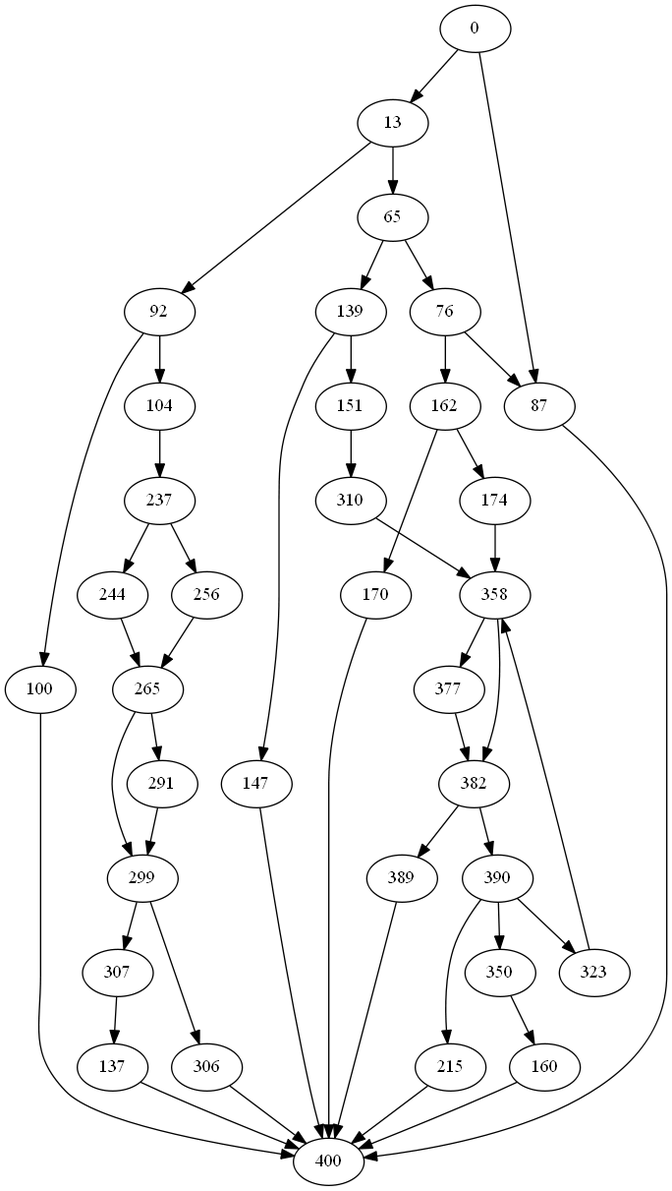
The Graphviz diagram iEvmOpt/Cfg/CfgOutput/test10_graph.png in Michael-LiangAnze/iEvmOpt, before a commit. Its source is kept beside it as iEvmOpt/Cfg/CfgOutput/test10_graph.gv. The source it was exported from:
```dot
digraph {
	0 [label=0]
	13 [label=13]
	65 [label=65]
	76 [label=76]
	87 [label=87]
	92 [label=92]
	100 [label=100]
	104 [label=104]
	137 [label=137]
	139 [label=139]
	147 [label=147]
	151 [label=151]
	160 [label=160]
	162 [label=162]
	170 [label=170]
	174 [label=174]
	215 [label=215]
	237 [label=237]
	244 [label=244]
	256 [label=256]
	265 [label=265]
	291 [label=291]
	299 [label=299]
	306 [label=306]
	307 [label=307]
	310 [label=310]
	323 [label=323]
	350 [label=350]
	358 [label=358]
	377 [label=377]
	382 [label=382]
	389 [label=389]
	390 [label=390]
	400 [label=400]
	0 -> 13
	0 -> 87
	13 -> 65
	13 -> 92
	65 -> 139
	65 -> 76
	76 -> 162
	76 -> 87
	87 -> 400
	92 -> 104
	92 -> 100
	100 -> 400
	104 -> 237
	137 -> 400
	139 -> 147
	139 -> 151
	147 -> 400
	151 -> 310
	160 -> 400
	162 -> 170
	162 -> 174
	170 -> 400
	174 -> 358
	215 -> 400
	237 -> 256
	237 -> 244
	244 -> 265
	256 -> 265
	265 -> 299
	265 -> 291
	291 -> 299
	299 -> 306
	299 -> 307
	306 -> 400
	307 -> 137
	310 -> 358
	323 -> 358
	350 -> 160
	358 -> 377
	358 -> 382
	377 -> 382
	382 -> 389
	382 -> 390
	389 -> 400
	390 -> 323
	390 -> 350
	390 -> 215
}
```
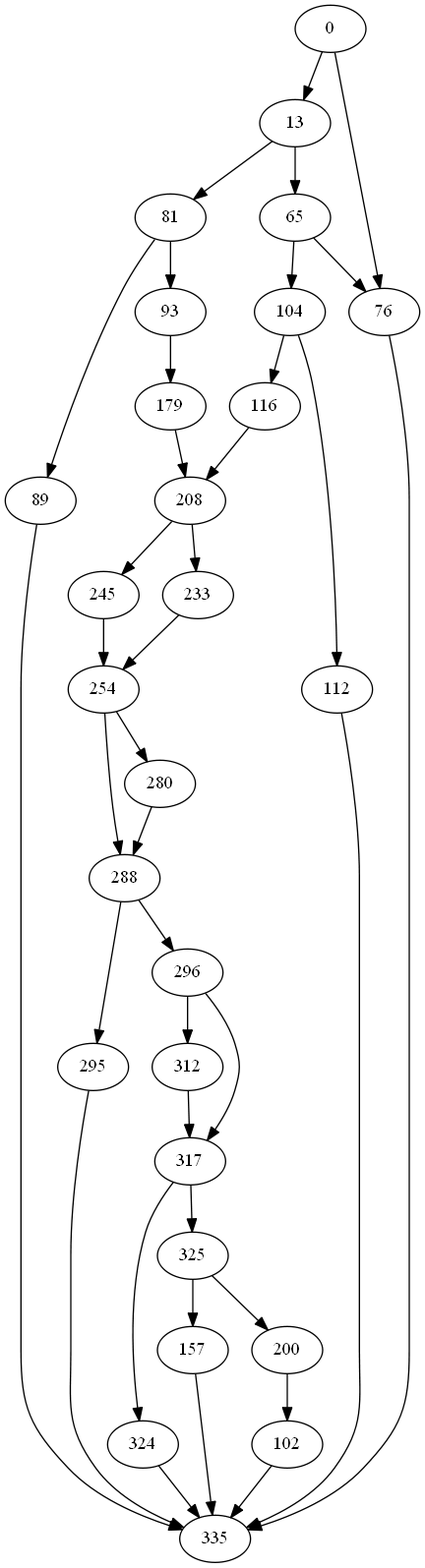
Later version of the same file.

What changed in the source:
```diff
@@ -3,81 +3,64 @@
 	13 [label=13]
 	65 [label=65]
 	76 [label=76]
-	87 [label=87]
-	92 [label=92]
-	100 [label=100]
+	81 [label=81]
+	89 [label=89]
+	93 [label=93]
+	102 [label=102]
 	104 [label=104]
-	137 [label=137]
-	139 [label=139]
-	147 [label=147]
-	151 [label=151]
-	160 [label=160]
-	162 [label=162]
-	170 [label=170]
-	174 [label=174]
-	215 [label=215]
-	237 [label=237]
-	244 [label=244]
-	256 [label=256]
-	265 [label=265]
-	291 [label=291]
-	299 [label=299]
-	306 [label=306]
-	307 [label=307]
-	310 [label=310]
-	323 [label=323]
-	350 [label=350]
-	358 [label=358]
-	377 [label=377]
-	382 [label=382]
-	389 [label=389]
-	390 [label=390]
-	400 [label=400]
+	112 [label=112]
+	116 [label=116]
+	157 [label=157]
+	179 [label=179]
+	200 [label=200]
+	208 [label=208]
+	233 [label=233]
+	245 [label=245]
+	254 [label=254]
+	280 [label=280]
+	288 [label=288]
+	295 [label=295]
+	296 [label=296]
+	312 [label=312]
+	317 [label=317]
+	324 [label=324]
+	325 [label=325]
+	335 [label=335]
+	0 -> 76
 	0 -> 13
-	0 -> 87
+	13 -> 81
 	13 -> 65
-	13 -> 92
-	65 -> 139
+	65 -> 104
 	65 -> 76
-	76 -> 162
-	76 -> 87
-	87 -> 400
-	92 -> 104
-	92 -> 100
-	100 -> 400
-	104 -> 237
-	137 -> 400
-	139 -> 147
-	139 -> 151
-	147 -> 400
-	151 -> 310
-	160 -> 400
-	162 -> 170
-	162 -> 174
-	170 -> 400
-	174 -> 358
-	215 -> 400
-	237 -> 256
-	237 -> 244
-	244 -> 265
-	256 -> 265
-	265 -> 299
-	265 -> 291
-	291 -> 299
-	299 -> 306
-	299 -> 307
-	306 -> 400
-	307 -> 137
-	310 -> 358
-	323 -> 358
-	350 -> 160
-	358 -> 377
-	358 -> 382
-	377 -> 382
-	382 -> 389
-	382 -> 390
-	389 -> 400
-	390 -> 323
-	390 -> 350
-	390 -> 215
+	76 -> 335
+	81 -> 89
+	81 -> 93
+	89 -> 335
+	93 -> 179
+	102 -> 335
+	104 -> 112
+	104 -> 116
+	112 -> 335
+	116 -> 208
+	157 -> 335
+	179 -> 208
+	200 -> 102
+	208 -> 233
+	208 -> 245
+	233 -> 254
+	245 -> 254
+	254 -> 280
+	254 -> 288
+	280 -> 288
+	288 -> 296
+	288 -> 295
+	295 -> 335
+	296 -> 312
+	296 -> 317
+	312 -> 317
+	317 -> 324
+	317 -> 325
+	324 -> 335
+	325 -> 200
+	325 -> 157
 }
```
